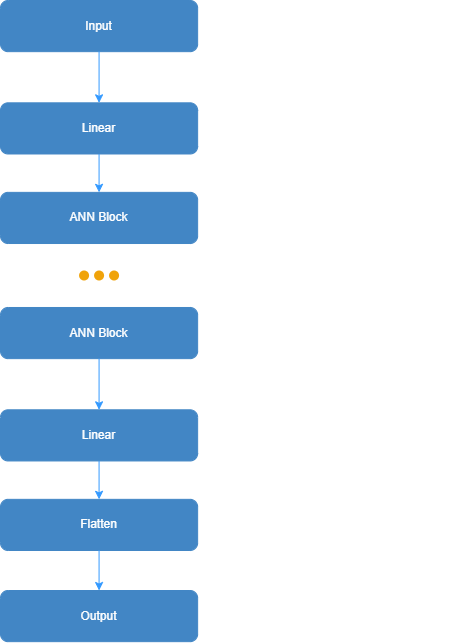
The draw.io diagram docs/model_arch_ann_inverse.png in metamaterials-capstone-su-22/metamaterials_ai, before a commit. Source tidied: cells renumbered, new cells last; positions are measured from the earlier drawing's top-left corner, leaving out a move shared by most shapes.
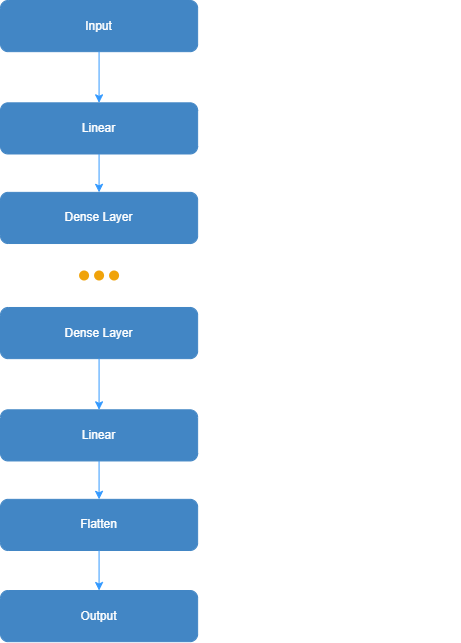
Later version of the same file.

The edit, as a diff of the source:
```diff
@@ -11,8 +11,8 @@
     <mxCell id="4" style="labelPosition=right;align=left;strokeWidth=1;shape=mxgraph.mockup.markup.curlyBrace;html=1;shadow=0;dashed=0;strokeColor=#FFFFFF;direction=north;labelBackgroundColor=none;fontColor=#FFFFFF;fillColor=#FF9933;rotation=-180;" parent="3" vertex="1">
       <mxGeometry width="32.9" height="185.5" as="geometry" />
     </mxCell>
-    <mxCell id="5" value="N : number of blocks" style="text;html=1;align=center;verticalAlign=middle;fillColor=none;strokeColor=none;rounded=0;labelBackgroundColor=none;fontColor=#FFFFFF;" parent="3" vertex="1">
-      <mxGeometry x="32.9" y="83.1" width="130" height="20" as="geometry" />
+    <mxCell id="5" value="N : number of layers" style="text;html=1;align=center;verticalAlign=middle;fillColor=none;strokeColor=none;rounded=0;labelBackgroundColor=none;fontColor=#FFFFFF;" parent="3" vertex="1">
+      <mxGeometry x="37.9" y="83.1" width="120" height="20" as="geometry" />
     </mxCell>
     <mxCell id="6" style="group;" parent="2" vertex="1">
       <mxGeometry width="197.1" height="550" as="geometry" />
@@ -26,13 +26,13 @@
     <mxCell id="9" style="edgeStyle=none;html=1;labelBackgroundColor=none;fontColor=#FFFFFF;startArrow=none;startFill=0;endArrow=classic;endFill=1;strokeColor=#3399FF;" parent="6" edge="1" source="7" target="8">
       <mxGeometry relative="1" as="geometry" />
     </mxCell>
-    <mxCell id="10" value="ANN Block" style="rounded=1;whiteSpace=wrap;html=1;labelBackgroundColor=none;fontColor=#FFFFFF;strokeColor=#4286C5;fillColor=#4286C5;" parent="6" vertex="1">
+    <mxCell id="10" value="Dense Layer" style="rounded=1;whiteSpace=wrap;html=1;labelBackgroundColor=none;fontColor=#FFFFFF;strokeColor=#4286C5;fillColor=#4286C5;" parent="6" vertex="1">
       <mxGeometry y="191.9" width="197.1" height="51.2" as="geometry" />
     </mxCell>
     <mxCell id="11" style="edgeStyle=none;html=1;labelBackgroundColor=none;fontColor=#FFFFFF;startArrow=none;startFill=0;endArrow=classic;endFill=1;strokeColor=#3399FF;" parent="6" edge="1" source="8" target="10">
       <mxGeometry relative="1" as="geometry" />
     </mxCell>
-    <mxCell id="12" value="ANN Block" style="rounded=1;whiteSpace=wrap;html=1;labelBackgroundColor=none;fontColor=#FFFFFF;strokeColor=#4286C5;fillColor=#4286C5;" parent="6" vertex="1">
+    <mxCell id="12" value="Dense Layer" style="rounded=1;whiteSpace=wrap;html=1;labelBackgroundColor=none;fontColor=#FFFFFF;strokeColor=#4286C5;fillColor=#4286C5;" parent="6" vertex="1">
       <mxGeometry y="307" width="197.1" height="51.2" as="geometry" />
     </mxCell>
     <mxCell id="13" value="Linear" style="rounded=1;whiteSpace=wrap;html=1;labelBackgroundColor=none;fontColor=#FFFFFF;strokeColor=#4286C5;fillColor=#4286C5;" parent="6" vertex="1">
```
